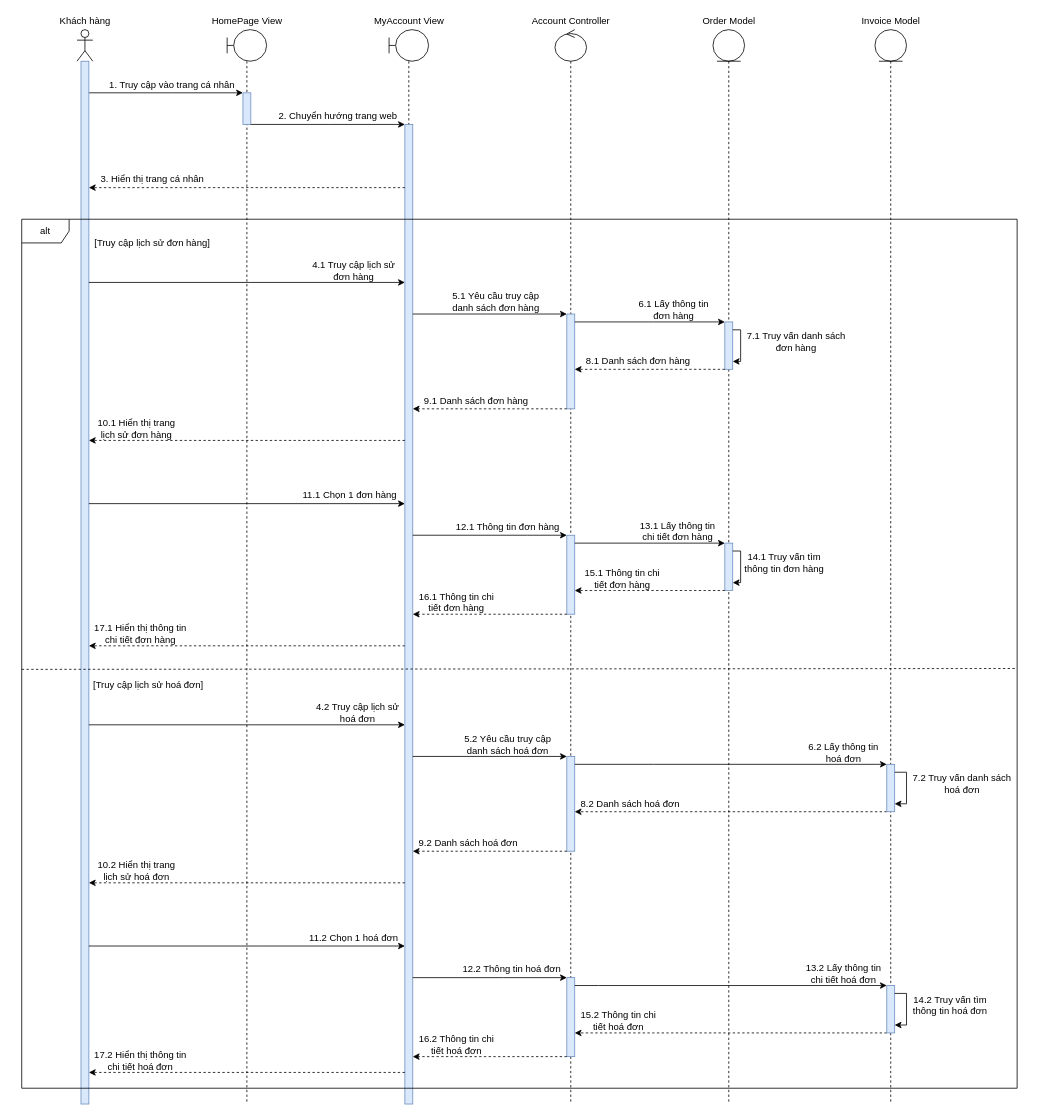
EdgarIgnite16/SGU-Course keeps this draw.io diagram as Nam3_HK1/CNPM_SoftTech/Sequence Diagrams/Nguyên Lộc/SD_XemLịchSửMuaHàng.drawio. Above is the earlier version. Source tidied: cells renumbered, new cells numbered last; positions are measured from the earlier drawing's top-left corner, leaving out a move shared by most shapes. Both pictures are drawn from the tidied source at 79%, with x=0, y=0 at pixel (21, 13).
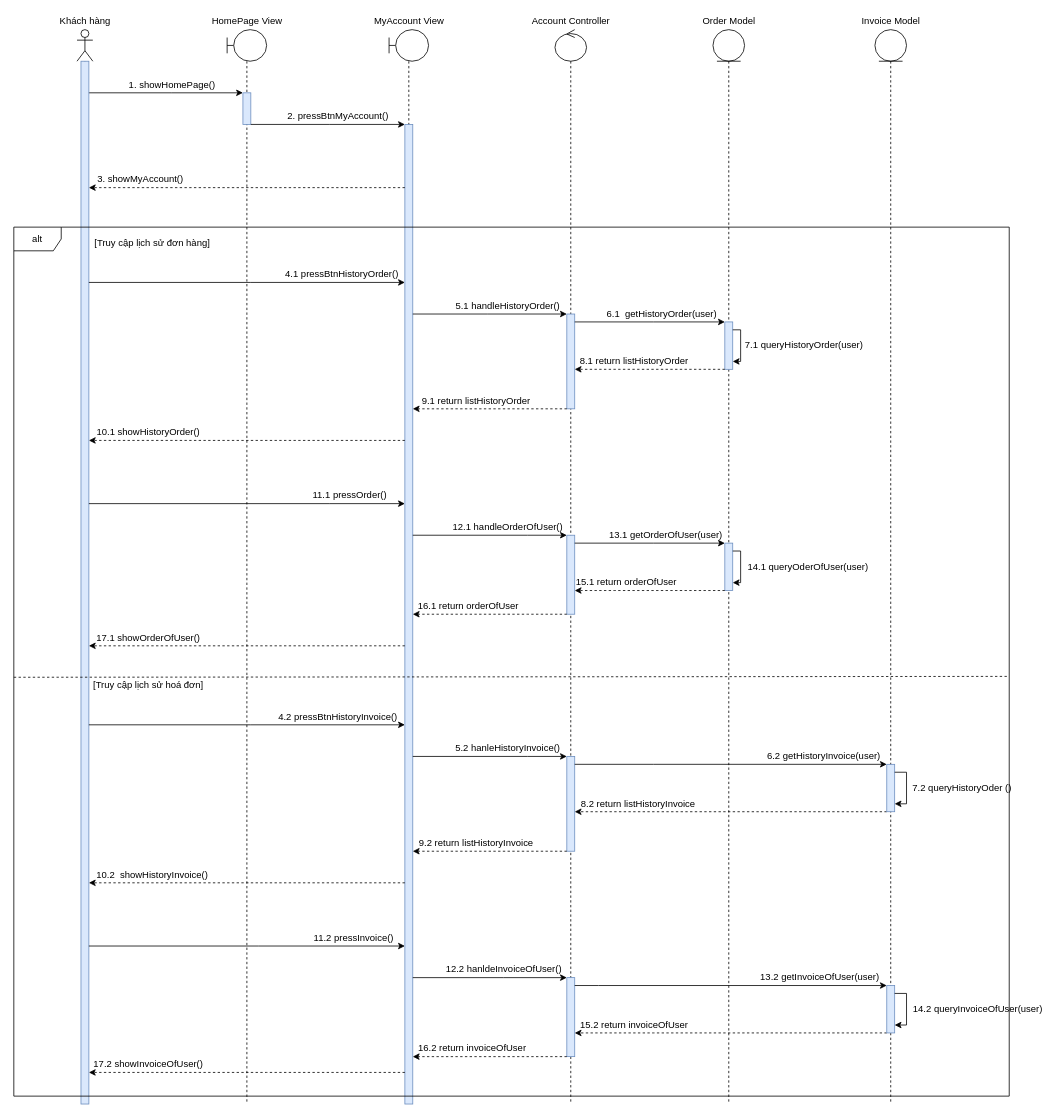
After the change.

The edit, as a diff of the source:
```diff
@@
-    <mxCell id="24" value="1. Truy cập vào trang cá nhân" style="text;html=1;align=center;verticalAlign=middle;strokeColor=none;fillColor=none;" parent="1" vertex="1">
-      <mxGeometry x="105" y="80" width="170" height="20" as="geometry" />
+    <mxCell id="24" value="1. showHomePage()" style="text;html=1;align=center;verticalAlign=middle;strokeColor=none;fillColor=none;" parent="1" vertex="1">
+      <mxGeometry x="130" y="80" width="120" height="20" as="geometry" />
     </mxCell>
@@
-    <mxCell id="26" value="2. Chuyển hướng trang web" style="text;html=1;align=center;verticalAlign=middle;strokeColor=none;fillColor=none;" parent="1" vertex="1">
-      <mxGeometry x="315" y="120" width="170" height="20" as="geometry" />
+    <mxCell id="26" value="2. pressBtnMyAccount()" style="text;html=1;align=center;verticalAlign=middle;strokeColor=none;fillColor=none;" parent="1" vertex="1">
+      <mxGeometry x="330" y="120" width="140" height="20" as="geometry" />
     </mxCell>
@@
-    <mxCell id="28" value="3. Hiển thị trang cá nhân" style="text;html=1;align=center;verticalAlign=middle;strokeColor=none;fillColor=none;" parent="1" vertex="1">
-      <mxGeometry x="90" y="200" width="150" height="20" as="geometry" />
+    <mxCell id="28" value="3. showMyAccount()" style="text;html=1;align=center;verticalAlign=middle;strokeColor=none;fillColor=none;" parent="1" vertex="1">
+      <mxGeometry x="90" y="200" width="120" height="20" as="geometry" />
     </mxCell>
@@
-    <mxCell id="30" value="4.1 Truy cập lịch sử &lt;br&gt;đơn hàng" style="text;html=1;align=center;verticalAlign=middle;strokeColor=none;fillColor=none;" parent="1" vertex="1">
-      <mxGeometry x="360" y="310" width="120" height="30" as="geometry" />
+    <mxCell id="30" value="4.1 pressBtnHistoryOrder()" style="text;html=1;align=center;verticalAlign=middle;strokeColor=none;fillColor=none;" parent="1" vertex="1">
+      <mxGeometry x="325" y="320" width="160" height="20" as="geometry" />
     </mxCell>
@@
-    <mxCell id="32" value="5.1 Yêu cầu truy cập&lt;br&gt;danh sách đơn hàng" style="text;html=1;align=center;verticalAlign=middle;strokeColor=none;fillColor=none;" parent="1" vertex="1">
-      <mxGeometry x="535" y="350" width="130" height="30" as="geometry" />
+    <mxCell id="32" value="5.1 handleHistoryOrder()" style="text;html=1;align=center;verticalAlign=middle;strokeColor=none;fillColor=none;" parent="1" vertex="1">
+      <mxGeometry x="540" y="360" width="150" height="20" as="geometry" />
     </mxCell>
@@
-    <mxCell id="34" value="6.1 Lấy thông tin &lt;br&gt;đơn hàng" style="text;html=1;align=center;verticalAlign=middle;strokeColor=none;fillColor=none;" parent="1" vertex="1">
-      <mxGeometry x="775" y="360" width="100" height="30" as="geometry" />
+    <mxCell id="34" value="6.1&amp;nbsp; getHistoryOrder(user)" style="text;html=1;align=center;verticalAlign=middle;strokeColor=none;fillColor=none;" parent="1" vertex="1">
+      <mxGeometry x="735" y="370" width="150" height="20" as="geometry" />
     </mxCell>
-    <mxCell id="35" value="7.1 Truy vấn danh sách &lt;br&gt;đơn hàng" style="text;html=1;align=center;verticalAlign=middle;strokeColor=none;fillColor=none;" parent="1" vertex="1">
-      <mxGeometry x="910" y="400" width="140" height="30" as="geometry" />
+    <mxCell id="35" value="7.1 queryHistoryOrder(user)" style="text;html=1;align=center;verticalAlign=middle;strokeColor=none;fillColor=none;" parent="1" vertex="1">
+      <mxGeometry x="910" y="410" width="160" height="20" as="geometry" />
     </mxCell>
@@
-    <mxCell id="37" value="8.1 Danh sách đơn hàng" style="text;html=1;align=center;verticalAlign=middle;strokeColor=none;fillColor=none;" parent="1" vertex="1">
-      <mxGeometry x="705" y="430" width="150" height="20" as="geometry" />
+    <mxCell id="37" value="8.1 return listHistoryOrder" style="text;html=1;align=center;verticalAlign=middle;strokeColor=none;fillColor=none;" parent="1" vertex="1">
+      <mxGeometry x="700" y="430" width="150" height="20" as="geometry" />
     </mxCell>
@@
-    <mxCell id="39" value="9.1 Danh sách đơn hàng" style="text;html=1;align=center;verticalAlign=middle;strokeColor=none;fillColor=none;" parent="1" vertex="1">
+    <mxCell id="39" value="9.1 return listHistoryOrder" style="text;html=1;align=center;verticalAlign=middle;strokeColor=none;fillColor=none;" parent="1" vertex="1">
       <mxGeometry x="500" y="480" width="150" height="20" as="geometry" />
     </mxCell>
@@
-    <mxCell id="41" value="10.1 Hiển thị trang &lt;br&gt;lịch sử đơn hàng" style="text;html=1;align=center;verticalAlign=middle;strokeColor=none;fillColor=none;" parent="1" vertex="1">
-      <mxGeometry x="90" y="510" width="110" height="30" as="geometry" />
+    <mxCell id="41" value="10.1 showHistoryOrder()" style="text;html=1;align=center;verticalAlign=middle;strokeColor=none;fillColor=none;" parent="1" vertex="1">
+      <mxGeometry x="85" y="520" width="150" height="20" as="geometry" />
     </mxCell>
@@
-    <mxCell id="43" value="11.1 Chọn 1 đơn hàng" style="text;html=1;align=center;verticalAlign=middle;strokeColor=none;fillColor=none;" parent="1" vertex="1">
-      <mxGeometry x="350" y="600" width="130" height="20" as="geometry" />
+    <mxCell id="43" value="11.1 pressOrder()" style="text;html=1;align=center;verticalAlign=middle;strokeColor=none;fillColor=none;" parent="1" vertex="1">
+      <mxGeometry x="360" y="600" width="110" height="20" as="geometry" />
     </mxCell>
@@
-    <mxCell id="45" value="12.1 Thông tin đơn hàng" style="text;html=1;align=center;verticalAlign=middle;strokeColor=none;fillColor=none;" parent="1" vertex="1">
+    <mxCell id="45" value="12.1 handleOrderOfUser()" style="text;html=1;align=center;verticalAlign=middle;strokeColor=none;fillColor=none;" parent="1" vertex="1">
       <mxGeometry x="540" y="640" width="150" height="20" as="geometry" />
     </mxCell>
@@
-    <mxCell id="47" value="13.1 Lấy thông tin &lt;br&gt;chi tiết đơn hàng" style="text;html=1;align=center;verticalAlign=middle;strokeColor=none;fillColor=none;" parent="1" vertex="1">
-      <mxGeometry x="775" y="640" width="110" height="30" as="geometry" />
+    <mxCell id="47" value="13.1 getOrderOfUser(user)" style="text;html=1;align=center;verticalAlign=middle;strokeColor=none;fillColor=none;" parent="1" vertex="1">
+      <mxGeometry x="735" y="650" width="160" height="20" as="geometry" />
     </mxCell>
-    <mxCell id="48" value="14.1 Truy vấn tìm &lt;br&gt;thông tin đơn hàng" style="text;html=1;align=center;verticalAlign=middle;strokeColor=none;fillColor=none;" parent="1" vertex="1">
-      <mxGeometry x="905" y="680" width="120" height="30" as="geometry" />
+    <mxCell id="48" value="14.1 queryOderOfUser(user)" style="text;html=1;align=center;verticalAlign=middle;strokeColor=none;fillColor=none;" parent="1" vertex="1">
+      <mxGeometry x="910" y="690" width="170" height="20" as="geometry" />
     </mxCell>
@@
-    <mxCell id="50" value="15.1 Thông tin chi &lt;br&gt;tiết đơn hàng" style="text;html=1;align=center;verticalAlign=middle;strokeColor=none;fillColor=none;" parent="1" vertex="1">
-      <mxGeometry x="705" y="700" width="110" height="30" as="geometry" />
+    <mxCell id="50" value="15.1 return orderOfUser" style="text;html=1;align=center;verticalAlign=middle;strokeColor=none;fillColor=none;" parent="1" vertex="1">
+      <mxGeometry x="695" y="710" width="140" height="20" as="geometry" />
     </mxCell>
@@
-    <mxCell id="52" value="16.1 Thông tin chi &lt;br&gt;tiết đơn hàng" style="text;html=1;align=center;verticalAlign=middle;strokeColor=none;fillColor=none;" parent="1" vertex="1">
-      <mxGeometry x="495" y="730" width="110" height="30" as="geometry" />
+    <mxCell id="52" value="16.1 return orderOfUser" style="text;html=1;align=center;verticalAlign=middle;strokeColor=none;fillColor=none;" parent="1" vertex="1">
+      <mxGeometry x="495" y="740" width="140" height="20" as="geometry" />
     </mxCell>
@@
-    <mxCell id="54" value="17.1 Hiển thị thông tin &lt;br&gt;chi tiết đơn hàng" style="text;html=1;align=center;verticalAlign=middle;strokeColor=none;fillColor=none;" parent="1" vertex="1">
-      <mxGeometry x="85" y="770" width="130" height="30" as="geometry" />
+    <mxCell id="54" value="17.1 showOrderOfUser()" style="text;html=1;align=center;verticalAlign=middle;strokeColor=none;fillColor=none;" parent="1" vertex="1">
+      <mxGeometry x="85" y="780" width="150" height="20" as="geometry" />
     </mxCell>
@@
-    <mxCell id="56" value="4.2 Truy cập lịch sử &lt;br&gt;hoá đơn" style="text;html=1;align=center;verticalAlign=middle;strokeColor=none;fillColor=none;" parent="1" vertex="1">
-      <mxGeometry x="365" y="870" width="120" height="30" as="geometry" />
+    <mxCell id="56" value="4.2 pressBtnHistoryInvoice()" style="text;html=1;align=center;verticalAlign=middle;strokeColor=none;fillColor=none;" parent="1" vertex="1">
+      <mxGeometry x="315" y="880" width="170" height="20" as="geometry" />
     </mxCell>
@@
-    <mxCell id="58" value="5.2 Yêu cầu truy cập&lt;br&gt;danh sách hoá đơn" style="text;html=1;align=center;verticalAlign=middle;strokeColor=none;fillColor=none;" parent="1" vertex="1">
-      <mxGeometry x="550" y="910" width="130" height="30" as="geometry" />
+    <mxCell id="58" value="5.2 hanleHistoryInvoice()" style="text;html=1;align=center;verticalAlign=middle;strokeColor=none;fillColor=none;" parent="1" vertex="1">
+      <mxGeometry x="540" y="920" width="150" height="20" as="geometry" />
     </mxCell>
@@
-    <mxCell id="60" value="6.2 Lấy thông tin &lt;br&gt;hoá đơn" style="text;html=1;align=center;verticalAlign=middle;strokeColor=none;fillColor=none;" parent="1" vertex="1">
-      <mxGeometry x="990" y="920" width="100" height="30" as="geometry" />
+    <mxCell id="60" value="6.2 getHistoryInvoice(user)" style="text;html=1;align=center;verticalAlign=middle;strokeColor=none;fillColor=none;" parent="1" vertex="1">
+      <mxGeometry x="935" y="930" width="160" height="20" as="geometry" />
     </mxCell>
-    <mxCell id="61" value="7.2 Truy vấn danh sách &lt;br&gt;hoá đơn" style="text;html=1;align=center;verticalAlign=middle;strokeColor=none;fillColor=none;" parent="1" vertex="1">
-      <mxGeometry x="1120" y="960" width="140" height="30" as="geometry" />
+    <mxCell id="61" value="7.2 queryHistoryOder ()" style="text;html=1;align=center;verticalAlign=middle;strokeColor=none;fillColor=none;" parent="1" vertex="1">
+      <mxGeometry x="1120" y="970" width="140" height="20" as="geometry" />
     </mxCell>
@@
-    <mxCell id="63" value="8.2 Danh sách hoá đơn" style="text;html=1;align=center;verticalAlign=middle;strokeColor=none;fillColor=none;" parent="1" vertex="1">
-      <mxGeometry x="700" y="990" width="140" height="20" as="geometry" />
+    <mxCell id="63" value="8.2 return listHistoryInvoice" style="text;html=1;align=center;verticalAlign=middle;strokeColor=none;fillColor=none;" parent="1" vertex="1">
+      <mxGeometry x="700" y="990" width="160" height="20" as="geometry" />
     </mxCell>
@@
-    <mxCell id="65" value="9.2 Danh sách hoá đơn" style="text;html=1;align=center;verticalAlign=middle;strokeColor=none;fillColor=none;" parent="1" vertex="1">
-      <mxGeometry x="495" y="1040" width="140" height="20" as="geometry" />
+    <mxCell id="65" value="9.2 return listHistoryInvoice" style="text;html=1;align=center;verticalAlign=middle;strokeColor=none;fillColor=none;" parent="1" vertex="1">
+      <mxGeometry x="495" y="1040" width="160" height="20" as="geometry" />
     </mxCell>
@@
-    <mxCell id="67" value="10.2 Hiển thị trang &lt;br&gt;lịch sử hoá đơn" style="text;html=1;align=center;verticalAlign=middle;strokeColor=none;fillColor=none;" parent="1" vertex="1">
-      <mxGeometry x="90" y="1070" width="110" height="30" as="geometry" />
+    <mxCell id="67" value="10.2&amp;nbsp; showHistoryInvoice()" style="text;html=1;align=center;verticalAlign=middle;strokeColor=none;fillColor=none;" parent="1" vertex="1">
+      <mxGeometry x="85" y="1080" width="160" height="20" as="geometry" />
     </mxCell>
@@
-    <mxCell id="69" value="11.2 Chọn 1 hoá đơn" style="text;html=1;align=center;verticalAlign=middle;strokeColor=none;fillColor=none;" parent="1" vertex="1">
-      <mxGeometry x="355" y="1160" width="130" height="20" as="geometry" />
+    <mxCell id="69" value="11.2 pressInvoice()" style="text;html=1;align=center;verticalAlign=middle;strokeColor=none;fillColor=none;" parent="1" vertex="1">
+      <mxGeometry x="360" y="1160" width="120" height="20" as="geometry" />
     </mxCell>
@@
-    <mxCell id="71" value="12.2 Thông tin hoá đơn" style="text;html=1;align=center;verticalAlign=middle;strokeColor=none;fillColor=none;" parent="1" vertex="1">
-      <mxGeometry x="550" y="1200" width="140" height="20" as="geometry" />
+    <mxCell id="71" value="12.2 hanldeInvoiceOfUser()" style="text;html=1;align=center;verticalAlign=middle;strokeColor=none;fillColor=none;" parent="1" vertex="1">
+      <mxGeometry x="530" y="1200" width="160" height="20" as="geometry" />
     </mxCell>
@@
-    <mxCell id="73" value="13.2 Lấy thông tin &lt;br&gt;chi tiết hoá đơn" style="text;html=1;align=center;verticalAlign=middle;strokeColor=none;fillColor=none;" parent="1" vertex="1">
-      <mxGeometry x="985" y="1200" width="110" height="30" as="geometry" />
+    <mxCell id="73" value="13.2 getInvoiceOfUser(user)" style="text;html=1;align=center;verticalAlign=middle;strokeColor=none;fillColor=none;" parent="1" vertex="1">
+      <mxGeometry x="925" y="1210" width="170" height="20" as="geometry" />
     </mxCell>
-    <mxCell id="74" value="14.2 Truy vấn tìm &lt;br&gt;thông tin hoá đơn" style="text;html=1;align=center;verticalAlign=middle;strokeColor=none;fillColor=none;" parent="1" vertex="1">
-      <mxGeometry x="1120" y="1240" width="110" height="30" as="geometry" />
+    <mxCell id="74" value="14.2 queryInvoiceOfUser(user)" style="text;html=1;align=center;verticalAlign=middle;strokeColor=none;fillColor=none;" parent="1" vertex="1">
+      <mxGeometry x="1120" y="1250" width="180" height="20" as="geometry" />
     </mxCell>
@@
-    <mxCell id="76" value="15.2 Thông tin chi &lt;br&gt;tiết hoá đơn" style="text;html=1;align=center;verticalAlign=middle;strokeColor=none;fillColor=none;" parent="1" vertex="1">
-      <mxGeometry x="700" y="1260" width="110" height="30" as="geometry" />
+    <mxCell id="76" value="15.2 return invoiceOfUser" style="text;html=1;align=center;verticalAlign=middle;strokeColor=none;fillColor=none;" parent="1" vertex="1">
+      <mxGeometry x="700" y="1270" width="150" height="20" as="geometry" />
     </mxCell>
@@
-    <mxCell id="78" value="16.2 Thông tin chi &lt;br&gt;tiết hoá đơn" style="text;html=1;align=center;verticalAlign=middle;strokeColor=none;fillColor=none;" parent="1" vertex="1">
-      <mxGeometry x="495" y="1290" width="110" height="30" as="geometry" />
+    <mxCell id="78" value="16.2 return invoiceOfUser" style="text;html=1;align=center;verticalAlign=middle;strokeColor=none;fillColor=none;" parent="1" vertex="1">
+      <mxGeometry x="495" y="1300" width="150" height="20" as="geometry" />
     </mxCell>
@@
-    <mxCell id="80" value="17.2 Hiển thị thông tin &lt;br&gt;chi tiết hoá đơn" style="text;html=1;align=center;verticalAlign=middle;strokeColor=none;fillColor=none;" parent="1" vertex="1">
-      <mxGeometry x="85" y="1310" width="130" height="30" as="geometry" />
+    <mxCell id="80" value="17.2 showInvoiceOfUser()" style="text;html=1;align=center;verticalAlign=middle;strokeColor=none;fillColor=none;" parent="1" vertex="1">
+      <mxGeometry x="85" y="1320" width="150" height="20" as="geometry" />
     </mxCell>
@@
     <mxCell id="89" value="alt" style="shape=umlFrame;whiteSpace=wrap;html=1;" parent="1" vertex="1">
-      <mxGeometry y="260" width="1260" height="1100" as="geometry" />
+      <mxGeometry x="-10" y="270" width="1260" height="1100" as="geometry" />
     </mxCell>
```
